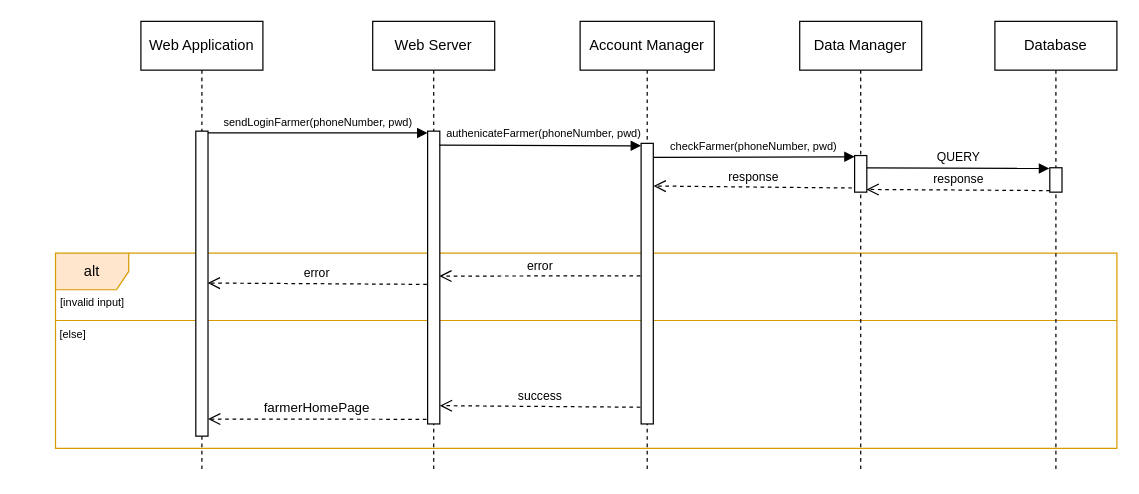
Earlier version of the draw.io diagram page "FM-Login-UC7" (2 of 14) of DD/UML/Runtime.drawio (ictar/DREAM-SE2-Project-2022). Source tidied: cells renumbered, new cells numbered last; positions are measured from the earlier drawing's top-left corner, leaving out a move shared by most shapes. Both pictures are drawn from the tidied source at 122%, with x=0, y=0 at pixel (21, 21).
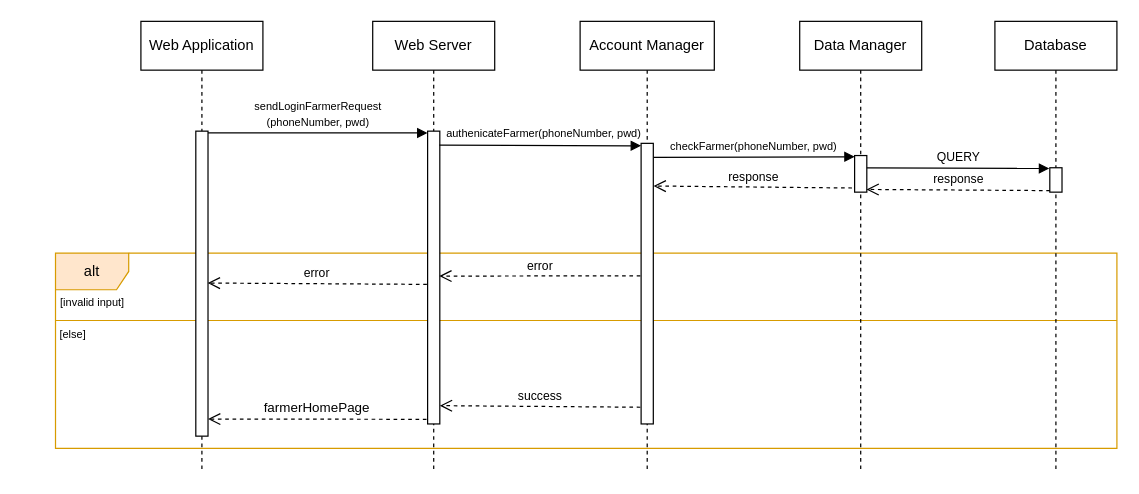
After the change.

The change refers to these unchanged cells:
```xml
<mxCell id="6" style="html=1;points=[];perimeter=orthogonalPerimeter;" parent="5" vertex="1">
  <mxGeometry x="45" y="90" width="10" height="240" as="geometry" />
</mxCell>
<mxCell id="9" style="html=1;points=[];perimeter=orthogonalPerimeter;" parent="1" vertex="1">
  <mxGeometry x="143" y="90" width="10" height="250" as="geometry" />
</mxCell>
```

What changed in the source:
```diff
@@
-    <mxCell id="7" value="&lt;font style=&quot;font-size: 9px&quot;&gt;sendLoginFarmer(phoneNumber, pwd)&lt;/font&gt;" style="html=1;verticalAlign=bottom;endArrow=block;rounded=0;entryX=-0.005;entryY=0.006;entryDx=0;entryDy=0;entryPerimeter=0;" parent="1" edge="1" source="9" target="6">
+    <mxCell id="7" value="&lt;font style=&quot;font-size: 9px&quot;&gt;sendLoginFarmerRequest&lt;br&gt;(phoneNumber, pwd)&lt;/font&gt;" style="html=1;verticalAlign=bottom;endArrow=block;rounded=0;entryX=-0.005;entryY=0.006;entryDx=0;entryDy=0;entryPerimeter=0;" parent="1" edge="1" source="9" target="6">
       <mxGeometry relative="1" as="geometry" />
     </mxCell>
```
